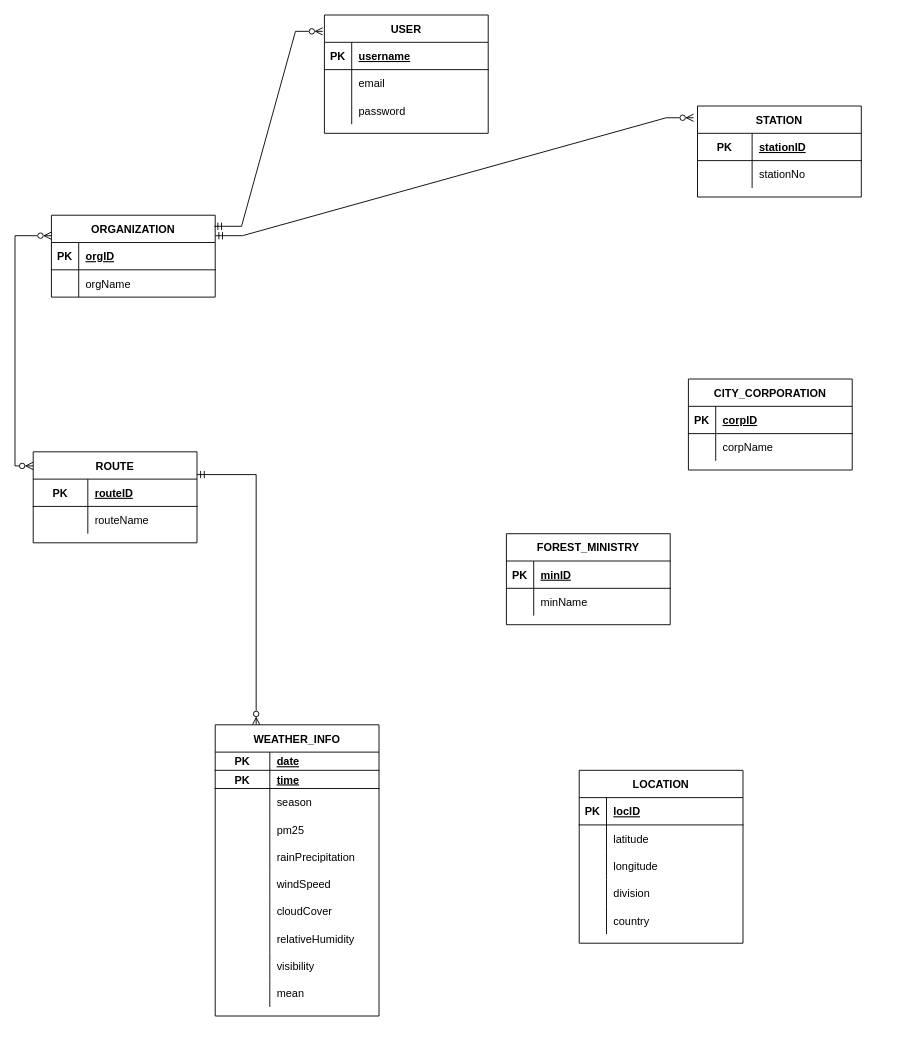
zorojuro75/CSE303-sec-03-Group-03 keeps this draw.io diagram as page "Copy of Page-1" (2 of 2) of z-design/EERD.drawio. Above is the earlier version. Source tidied: cells renumbered, new cells numbered last; positions are measured from the earlier drawing's top-left corner, leaving out a move shared by most shapes. Both pictures are drawn from the tidied source at 91%, with x=0, y=0 at pixel (33, 15).
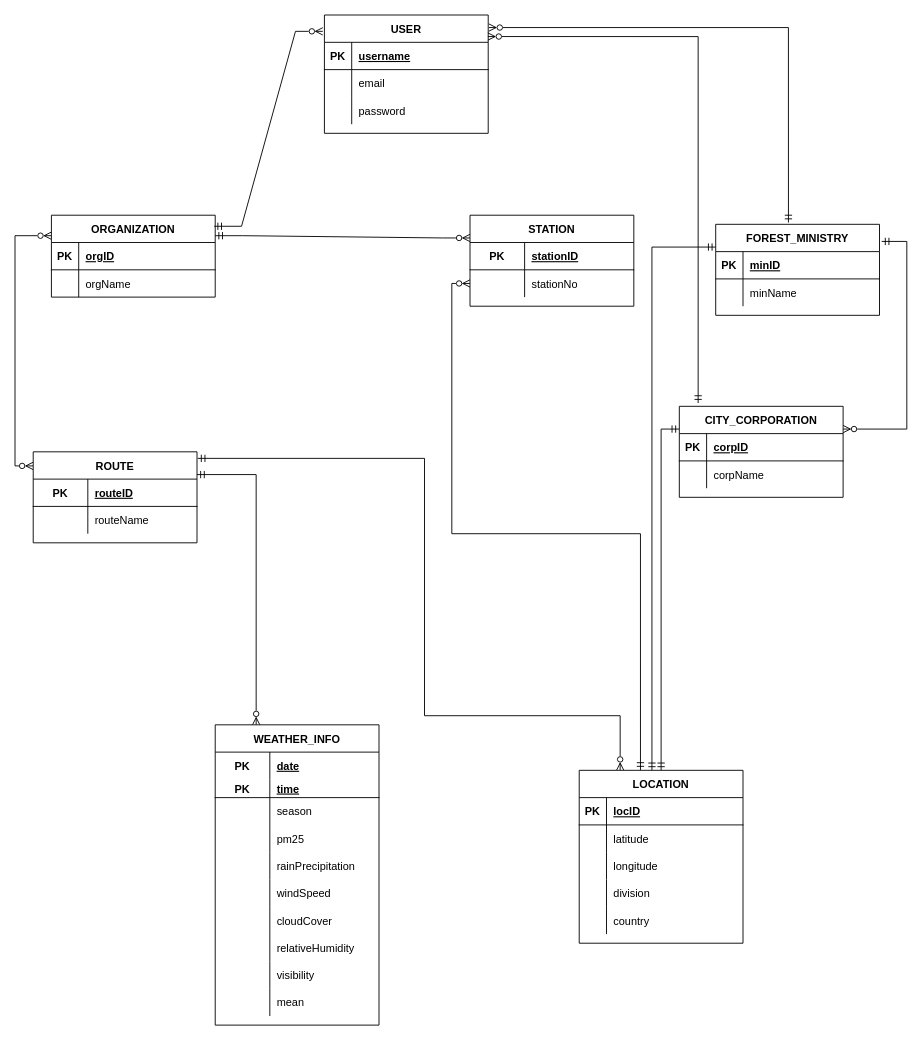
After the change.

Unchanged cells that the change refers to:
```xml
<mxCell id="2" value="USER" style="shape=table;startSize=30;childLayout=tableLayout;rowLines=0;fontStyle=1;align=center;" parent="1" vertex="1">
  <mxGeometry x="320" width="180" height="130" as="geometry" />
</mxCell>
<mxCell id="13" value="ORGANIZATION" style="shape=table;startSize=30;childLayout=tableLayout;rowLines=0;fontStyle=1;align=center;" parent="1" vertex="1">
  <mxGeometry x="20" y="220" width="180" height="90" as="geometry" />
</mxCell>
<mxCell id="28" value="ROUTE" style="shape=table;startSize=30;childLayout=tableLayout;rowLines=0;fontStyle=1;align=center;" parent="1" vertex="1">
  <mxGeometry y="480" width="180" height="100" as="geometry" />
</mxCell>
<mxCell id="39" style="shape=tableRow;horizontal=0;startSize=0;swimlaneHead=0;swimlaneBody=0;fillColor=none;points=[[0,0.5],[1,0.5]];portConstraint=eastwest;top=0;left=0;right=0;bottom=0;" parent="35" vertex="1">
  <mxGeometry y="60" width="180" height="30" as="geometry" />
</mxCell>
<mxCell id="80" value="LOCATION" style="shape=table;startSize=30;childLayout=tableLayout;rowLines=0;fontStyle=1;align=center;" parent="1" vertex="1">
  <mxGeometry x="600" y="830" width="180" height="190" as="geometry" />
</mxCell>
```

What changed in the source:
```diff
@@
+    <mxCell id="98" style="edgeStyle=orthogonalEdgeStyle;rounded=0;jettySize=auto;html=1;exitX=0;exitY=0.25;exitDx=0;exitDy=0;startArrow=ERmandOne;startFill=0;endArrow=ERmandOne;endFill=0;entryX=0.444;entryY=0;entryDx=0;entryDy=0;entryPerimeter=0;" parent="1" edge="1" source="20" target="80">
+      <mxGeometry relative="1" as="geometry">
+        <Array as="points">
+          <mxPoint x="680" y="255" />
+        </Array>
+      </mxGeometry>
+    </mxCell>
+    <mxCell id="99" style="edgeStyle=orthogonalEdgeStyle;rounded=0;jettySize=auto;html=1;entryX=1.004;entryY=0.106;entryDx=0;entryDy=0;entryPerimeter=0;startArrow=ERmandOne;startFill=0;endArrow=ERzeroToMany;endFill=0;exitX=0.444;exitY=-0.02;exitDx=0;exitDy=0;exitPerimeter=0;" parent="1" edge="1" source="20" target="2">
+      <mxGeometry relative="1" as="geometry">
+        <Array as="points">
+          <mxPoint x="830" y="14" />
+        </Array>
+      </mxGeometry>
+    </mxCell>
     <mxCell id="20" value="FOREST_MINISTRY" style="shape=table;startSize=30;childLayout=tableLayout;rowLines=0;fontStyle=1;align=center;" parent="1" vertex="1">
-      <mxGeometry x="520" y="570" width="180" height="100" as="geometry" />
+      <mxGeometry x="750" y="230" width="180" height="100" as="geometry" />
     </mxCell>
@@
     <mxCell id="35" value="STATION" style="shape=table;startSize=30;childLayout=tableLayout;rowLines=0;fontStyle=1;align=center;" parent="1" vertex="1">
-      <mxGeometry x="730" y="100" width="180" height="100" as="geometry" />
+      <mxGeometry x="480" y="220" width="180" height="100" as="geometry" />
     </mxCell>
@@
+    <mxCell id="100" style="edgeStyle=orthogonalEdgeStyle;rounded=0;jettySize=auto;html=1;exitX=1;exitY=0.25;exitDx=0;exitDy=0;entryX=1.013;entryY=0.188;entryDx=0;entryDy=0;entryPerimeter=0;startArrow=ERzeroToMany;startFill=0;endArrow=ERmandOne;endFill=0;" parent="1" edge="1" source="42" target="20">
+      <mxGeometry relative="1" as="geometry">
+        <Array as="points">
+          <mxPoint x="960" y="455" />
+          <mxPoint x="960" y="249" />
+        </Array>
+      </mxGeometry>
+    </mxCell>
+    <mxCell id="101" style="edgeStyle=orthogonalEdgeStyle;rounded=0;jettySize=auto;html=1;exitX=0;exitY=0.25;exitDx=0;exitDy=0;startArrow=ERmandOne;startFill=0;endArrow=ERmandOne;endFill=0;" parent="1" edge="1" source="42" target="80">
+      <mxGeometry relative="1" as="geometry" />
+    </mxCell>
+    <mxCell id="102" style="edgeStyle=orthogonalEdgeStyle;rounded=0;jettySize=auto;html=1;entryX=0.998;entryY=0.182;entryDx=0;entryDy=0;entryPerimeter=0;startArrow=ERmandOne;startFill=0;endArrow=ERzeroToMany;endFill=0;exitX=0.115;exitY=-0.036;exitDx=0;exitDy=0;exitPerimeter=0;" parent="1" edge="1" source="42" target="2">
+      <mxGeometry relative="1" as="geometry">
+        <Array as="points">
+          <mxPoint x="731" y="24" />
+        </Array>
+      </mxGeometry>
+    </mxCell>
     <mxCell id="42" value="CITY_CORPORATION" style="shape=table;startSize=30;childLayout=tableLayout;rowLines=0;fontStyle=1;align=center;" parent="1" vertex="1">
-      <mxGeometry x="720" y="400" width="180" height="100" as="geometry" />
+      <mxGeometry x="710" y="430" width="180" height="100" as="geometry" />
     </mxCell>
@@
     <mxCell id="49" value="WEATHER_INFO" style="shape=table;startSize=30;childLayout=tableLayout;rowLines=0;fontStyle=1;align=center;" parent="1" vertex="1">
-      <mxGeometry x="200" y="780" width="180" height="320" as="geometry" />
+      <mxGeometry x="200" y="780" width="180" height="330" as="geometry" />
     </mxCell>
-    <mxCell id="50" style="shape=tableRow;horizontal=0;startSize=0;swimlaneHead=0;swimlaneBody=0;fillColor=none;top=0;left=0;right=0;bottom=1;" parent="49" vertex="1">
-      <mxGeometry y="30" width="180" height="20" as="geometry" />
-    </mxCell>
+    <mxCell id="103" style="shape=tableRow;horizontal=0;startSize=0;swimlaneHead=0;swimlaneBody=0;fillColor=none;top=0;left=0;right=0;bottom=0;" parent="49" vertex="1">
+      <mxGeometry y="30" width="180" height="30" as="geometry" />
+    </mxCell>
-    <mxCell id="51" value="PK" style="shape=partialRectangle;fillColor=none;top=0;left=0;bottom=0;right=0;fontStyle=1;overflow=hidden;" parent="50" vertex="1">
-      <mxGeometry width="60" height="20" as="geometry" />
+    <mxCell id="51" value="PK" style="shape=partialRectangle;fillColor=none;top=0;left=0;bottom=0;right=0;overflow=hidden;fontStyle=1;" parent="103" vertex="1">
+      <mxGeometry width="60" height="30" as="geometry" />
     </mxCell>
-    <mxCell id="52" value="date" style="shape=partialRectangle;fillColor=none;top=0;left=0;bottom=0;right=0;align=left;spacingLeft=6;fontStyle=5;overflow=hidden;" parent="50" vertex="1">
-      <mxGeometry x="60" width="120" height="20" as="geometry" />
+    <mxCell id="52" value="date" style="shape=partialRectangle;fillColor=none;top=0;left=0;bottom=0;right=0;align=left;spacingLeft=6;overflow=hidden;fontStyle=5;" parent="103" vertex="1">
+      <mxGeometry x="60" width="120" height="30" as="geometry" />
     </mxCell>
     <mxCell id="53" style="shape=tableRow;horizontal=0;startSize=0;swimlaneHead=0;swimlaneBody=0;fillColor=none;top=0;left=0;right=0;bottom=1;" parent="49" vertex="1">
-      <mxGeometry y="50" width="180" height="20" as="geometry" />
+      <mxGeometry y="60" width="180" height="20" as="geometry" />
     </mxCell>
@@
     <mxCell id="56" style="shape=tableRow;horizontal=0;startSize=0;swimlaneHead=0;swimlaneBody=0;fillColor=none;top=0;left=0;right=0;bottom=0;" parent="49" vertex="1">
-      <mxGeometry y="70" width="180" height="30" as="geometry" />
+      <mxGeometry y="80" width="180" height="30" as="geometry" />
     </mxCell>
@@
     <mxCell id="59" style="shape=tableRow;horizontal=0;startSize=0;swimlaneHead=0;swimlaneBody=0;fillColor=none;top=0;left=0;right=0;bottom=0;" parent="49" vertex="1">
-      <mxGeometry y="100" width="180" height="30" as="geometry" />
+      <mxGeometry y="110" width="180" height="30" as="geometry" />
     </mxCell>
@@
     <mxCell id="62" style="shape=tableRow;horizontal=0;startSize=0;swimlaneHead=0;swimlaneBody=0;fillColor=none;top=0;left=0;right=0;bottom=0;" parent="49" vertex="1">
-      <mxGeometry y="130" width="180" height="30" as="geometry" />
+      <mxGeometry y="140" width="180" height="30" as="geometry" />
     </mxCell>
@@
     <mxCell id="65" style="shape=tableRow;horizontal=0;startSize=0;swimlaneHead=0;swimlaneBody=0;fillColor=none;top=0;left=0;right=0;bottom=0;" parent="49" vertex="1">
-      <mxGeometry y="160" width="180" height="30" as="geometry" />
+      <mxGeometry y="170" width="180" height="30" as="geometry" />
     </mxCell>
@@
     <mxCell id="68" style="shape=tableRow;horizontal=0;startSize=0;swimlaneHead=0;swimlaneBody=0;fillColor=none;top=0;left=0;right=0;bottom=0;" parent="49" vertex="1">
-      <mxGeometry y="190" width="180" height="30" as="geometry" />
+      <mxGeometry y="200" width="180" height="30" as="geometry" />
     </mxCell>
@@
     <mxCell id="71" style="shape=tableRow;horizontal=0;startSize=0;swimlaneHead=0;swimlaneBody=0;fillColor=none;top=0;left=0;right=0;bottom=0;" parent="49" vertex="1">
-      <mxGeometry y="220" width="180" height="30" as="geometry" />
+      <mxGeometry y="230" width="180" height="30" as="geometry" />
     </mxCell>
@@
     <mxCell id="74" style="shape=tableRow;horizontal=0;startSize=0;swimlaneHead=0;swimlaneBody=0;fillColor=none;top=0;left=0;right=0;bottom=0;" parent="49" vertex="1">
-      <mxGeometry y="250" width="180" height="30" as="geometry" />
+      <mxGeometry y="260" width="180" height="30" as="geometry" />
     </mxCell>
@@
     <mxCell id="77" style="shape=tableRow;horizontal=0;startSize=0;swimlaneHead=0;swimlaneBody=0;fillColor=none;top=0;left=0;right=0;bottom=0;" parent="49" vertex="1">
-      <mxGeometry y="280" width="180" height="30" as="geometry" />
+      <mxGeometry y="290" width="180" height="30" as="geometry" />
     </mxCell>
@@
+    <mxCell id="104" style="edgeStyle=orthogonalEdgeStyle;rounded=0;jettySize=auto;html=1;exitX=0.25;exitY=0;exitDx=0;exitDy=0;entryX=1.004;entryY=0.072;entryDx=0;entryDy=0;entryPerimeter=0;startArrow=ERzeroToMany;startFill=0;endArrow=ERmandOne;endFill=0;" parent="1" edge="1" source="80" target="28">
+      <mxGeometry relative="1" as="geometry">
+        <Array as="points">
+          <mxPoint x="645" y="770" />
+          <mxPoint x="430" y="770" />
+          <mxPoint x="430" y="487" />
+        </Array>
+      </mxGeometry>
+    </mxCell>
@@
-    <mxCell id="97" style="edgeStyle=entityRelationEdgeStyle;fontSize=12;html=1;endArrow=ERzeroToMany;rounded=0;exitX=1;exitY=0.25;exitDx=0;exitDy=0;endFill=0;entryX=-0.024;entryY=0.129;entryDx=0;entryDy=0;entryPerimeter=0;startArrow=ERmandOne;startFill=0;" parent="1" edge="1" source="13" target="35">
+    <mxCell id="97" style="edgeStyle=entityRelationEdgeStyle;fontSize=12;html=1;endArrow=ERzeroToMany;rounded=0;exitX=1;exitY=0.25;exitDx=0;exitDy=0;endFill=0;startArrow=ERmandOne;startFill=0;entryX=0;entryY=0.25;entryDx=0;entryDy=0;" parent="1" edge="1" source="13" target="35">
       <mxGeometry relative="1" as="geometry" />
     </mxCell>
+    <mxCell id="105" style="edgeStyle=orthogonalEdgeStyle;rounded=0;jettySize=auto;html=1;exitX=0;exitY=0.5;exitDx=0;exitDy=0;startArrow=ERzeroToMany;startFill=0;endArrow=ERmandOne;endFill=0;entryX=0.374;entryY=-0.002;entryDx=0;entryDy=0;entryPerimeter=0;" parent="1" edge="1" source="39" target="80">
+      <mxGeometry relative="1" as="geometry" />
+    </mxCell>
```
